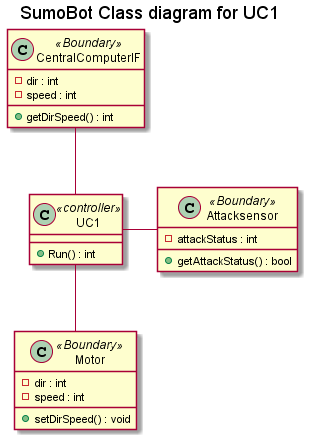
Before: Diagrammer/SumoBot/Classdiagram/SumoBot_ClassDiagram/SumoBot Class diagram for UC1.png, a diagram exported from PlantUML (Solvgraa-mager/E3PRJ3).
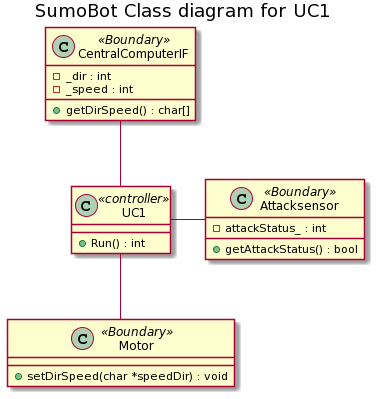
The same diagram one commit later.

Commit message:
classDia update SumoBot

Change to the diagram source:
```diff
@@ -7,23 +7,20 @@
 }
 
 class Attacksensor<<Boundary>>{
-    -attackStatus : int
+    -attackStatus_ : int
     +getAttackStatus() : bool
 }
 
 class Motor <<Boundary>>{
-    -dir : int
-    -speed : int
-    +setDirSpeed() : void
+    +setDirSpeed(char *speedDir) : void
 }
 class CentralComputerIF <<Boundary>>{
-    -dir : int
-    -speed : int
-    +getDirSpeed() : int
+    -_dir : int
+    -_speed : int
+    +getDirSpeed() : char[]
 }
 
 CentralComputerIF -- UC1
 UC1 -- Motor
 UC1 - Attacksensor
-
 @enduml
```
